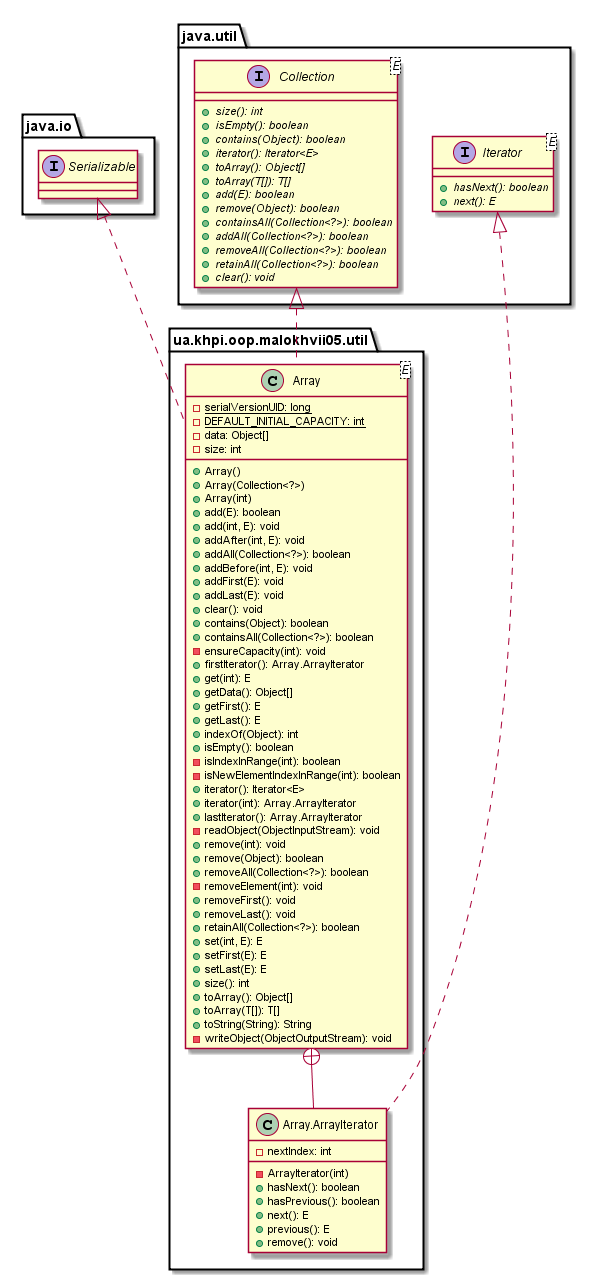
P-Kalin/kit26a keeps this PlantUML diagram as malokhvii-eduard/malokhvii05/doc/plantuml/png/ua.khpi.oop.malokhvii05.util.package.png. Above is the earlier version. Source of this version:
```plantuml
@startuml

    namespace ua.khpi.oop.malokhvii05.util {

        class Array<E> {
            {static} -serialVersionUID: long
            {static} -DEFAULT_INITIAL_CAPACITY: int
            -data: Object[]
            -size: int
            +Array()
            +Array(Collection<?>)
            +Array(int)
            +add(E): boolean
            +add(int, E): void
            +addAfter(int, E): void
            +addAll(Collection<?>): boolean
            +addBefore(int, E): void
            +addFirst(E): void
            +addLast(E): void
            +clear(): void
            +contains(Object): boolean
            +containsAll(Collection<?>): boolean
            -ensureCapacity(int): void
            +firstIterator(): Array.ArrayIterator
            +get(int): E
            +getData(): Object[]
            +getFirst(): E
            +getLast(): E
            +indexOf(Object): int
            +isEmpty(): boolean
            -isIndexInRange(int): boolean
            -isNewElementIndexInRange(int): boolean
            +iterator(): Iterator<E>
            +iterator(int): Array.ArrayIterator
            +lastIterator(): Array.ArrayIterator
            -readObject(ObjectInputStream): void
            +remove(int): void
            +remove(Object): boolean
            +removeAll(Collection<?>): boolean
            -removeElement(int): void
            +removeFirst(): void
            +removeLast(): void
            +retainAll(Collection<?>): boolean
            +set(int, E): E
            +setFirst(E): E
            +setLast(E): E
            +size(): int
            +toArray(): Object[]
            +toArray(T[]): T[]
            +toString(String): String
            -writeObject(ObjectOutputStream): void
        }

        class ua.khpi.oop.malokhvii05.util.Array.ArrayIterator {
            -nextIndex: int
            -ArrayIterator(int)
            +hasNext(): boolean
            +hasPrevious(): boolean
            +next(): E
            +previous(): E
            +remove(): void
        }

        interface java.util.Collection<E> {
            {abstract} +size(): int
            {abstract} +isEmpty(): boolean
            {abstract} +contains(Object): boolean
            {abstract} +iterator(): Iterator<E>
            {abstract} +toArray(): Object[]
            {abstract} +toArray(T[]): T[]
            {abstract} +add(E): boolean
            {abstract} +remove(Object): boolean
            {abstract} +containsAll(Collection<?>): boolean
            {abstract} +addAll(Collection<?>): boolean
            {abstract} +removeAll(Collection<?>): boolean
            {abstract} +retainAll(Collection<?>): boolean
            {abstract} +clear(): void
        }
        java.util.Collection <|.. Array

        interface java.io.Serializable
        java.io.Serializable <|.. Array

        interface java.util.Iterator<E> {
            {abstract} +hasNext(): boolean
            {abstract} +next(): E
        }
        java.util.Iterator <|.. ua.khpi.oop.malokhvii05.util.Array.ArrayIterator

        Array +-- ua.khpi.oop.malokhvii05.util.Array.ArrayIterator

    }

@enduml
```
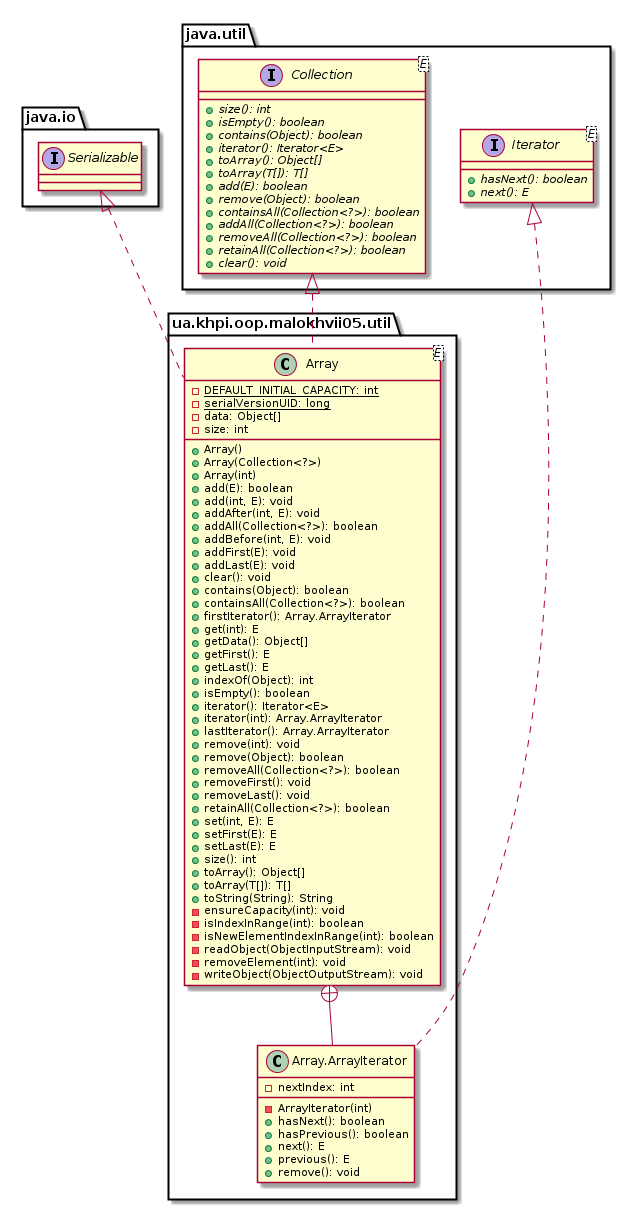
Later version of the same file.

Change to the diagram source:
```diff
@@ -3,8 +3,8 @@
     namespace ua.khpi.oop.malokhvii05.util {
 
         class Array<E> {
+            {static} -DEFAULT_INITIAL_CAPACITY: int
             {static} -serialVersionUID: long
-            {static} -DEFAULT_INITIAL_CAPACITY: int
             -data: Object[]
             -size: int
             +Array()
@@ -20,7 +20,6 @@
             +clear(): void
             +contains(Object): boolean
             +containsAll(Collection<?>): boolean
-            -ensureCapacity(int): void
             +firstIterator(): Array.ArrayIterator
             +get(int): E
             +getData(): Object[]
@@ -28,16 +27,12 @@
             +getLast(): E
             +indexOf(Object): int
             +isEmpty(): boolean
-            -isIndexInRange(int): boolean
-            -isNewElementIndexInRange(int): boolean
             +iterator(): Iterator<E>
             +iterator(int): Array.ArrayIterator
             +lastIterator(): Array.ArrayIterator
-            -readObject(ObjectInputStream): void
             +remove(int): void
             +remove(Object): boolean
             +removeAll(Collection<?>): boolean
-            -removeElement(int): void
             +removeFirst(): void
             +removeLast(): void
             +retainAll(Collection<?>): boolean
@@ -48,6 +43,11 @@
             +toArray(): Object[]
             +toArray(T[]): T[]
             +toString(String): String
+            -ensureCapacity(int): void
+            -isIndexInRange(int): boolean
+            -isNewElementIndexInRange(int): boolean
+            -readObject(ObjectInputStream): void
+            -removeElement(int): void
             -writeObject(ObjectOutputStream): void
         }
 
```
